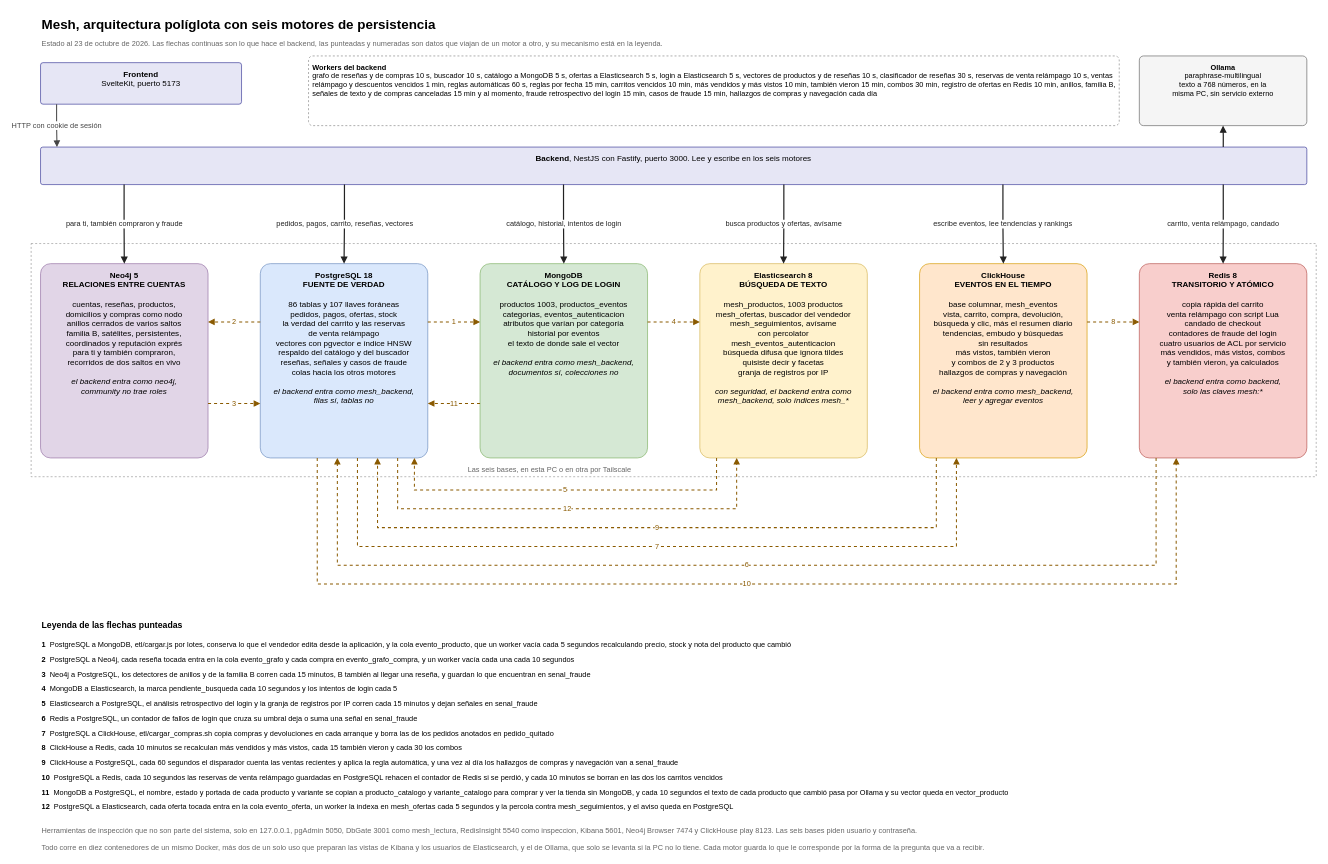
The draw.io diagram docs/diagrama-arquitectura.drawio in pinedahuella/Proyecto-Tienda-Base-Datos-2, before the edit. Source tidied: cells renumbered, new cells numbered last; positions are measured from the earlier drawing's top-left corner, leaving out a move shared by most shapes. Both pictures are drawn from the tidied source at 67%, with x=0, y=0 at pixel (31, 11).
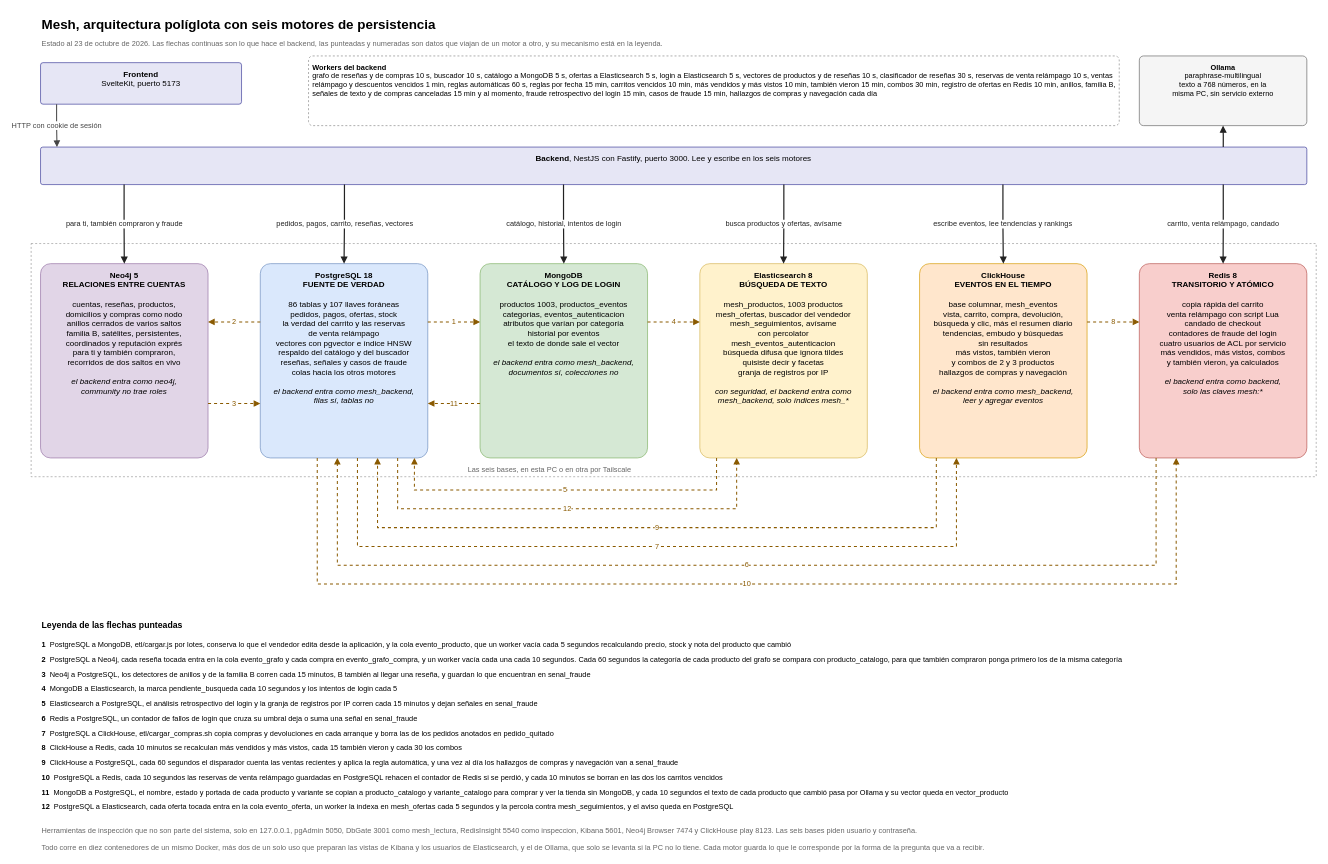
Above is the later version.

What changed in the source:
```diff
@@
-    <mxCell id="38" value="&lt;b&gt;2&lt;/b&gt;&amp;nbsp;&amp;nbsp;PostgreSQL a Neo4j, cada reseña tocada entra en la cola evento_grafo y cada compra en evento_grafo_compra, y un worker vacía cada una cada 10 segundos" style="text;html=1;strokeColor=none;fillColor=none;align=left;verticalAlign=top;whiteSpace=wrap;fontSize=11;" parent="1" vertex="1">
+    <mxCell id="38" value="&lt;b&gt;2&lt;/b&gt;&amp;nbsp;&amp;nbsp;PostgreSQL a Neo4j, cada reseña tocada entra en la cola evento_grafo y cada compra en evento_grafo_compra, y un worker vacía cada una cada 10 segundos. Cada 60 segundos la categoría de cada producto del grafo se compara con producto_catalogo, para que también compraron ponga primero los de la misma categoría" style="text;html=1;strokeColor=none;fillColor=none;align=left;verticalAlign=top;whiteSpace=wrap;fontSize=11;" parent="1" vertex="1">
       <mxGeometry x="14" y="954" width="1800" height="22" as="geometry" />
     </mxCell>
```
